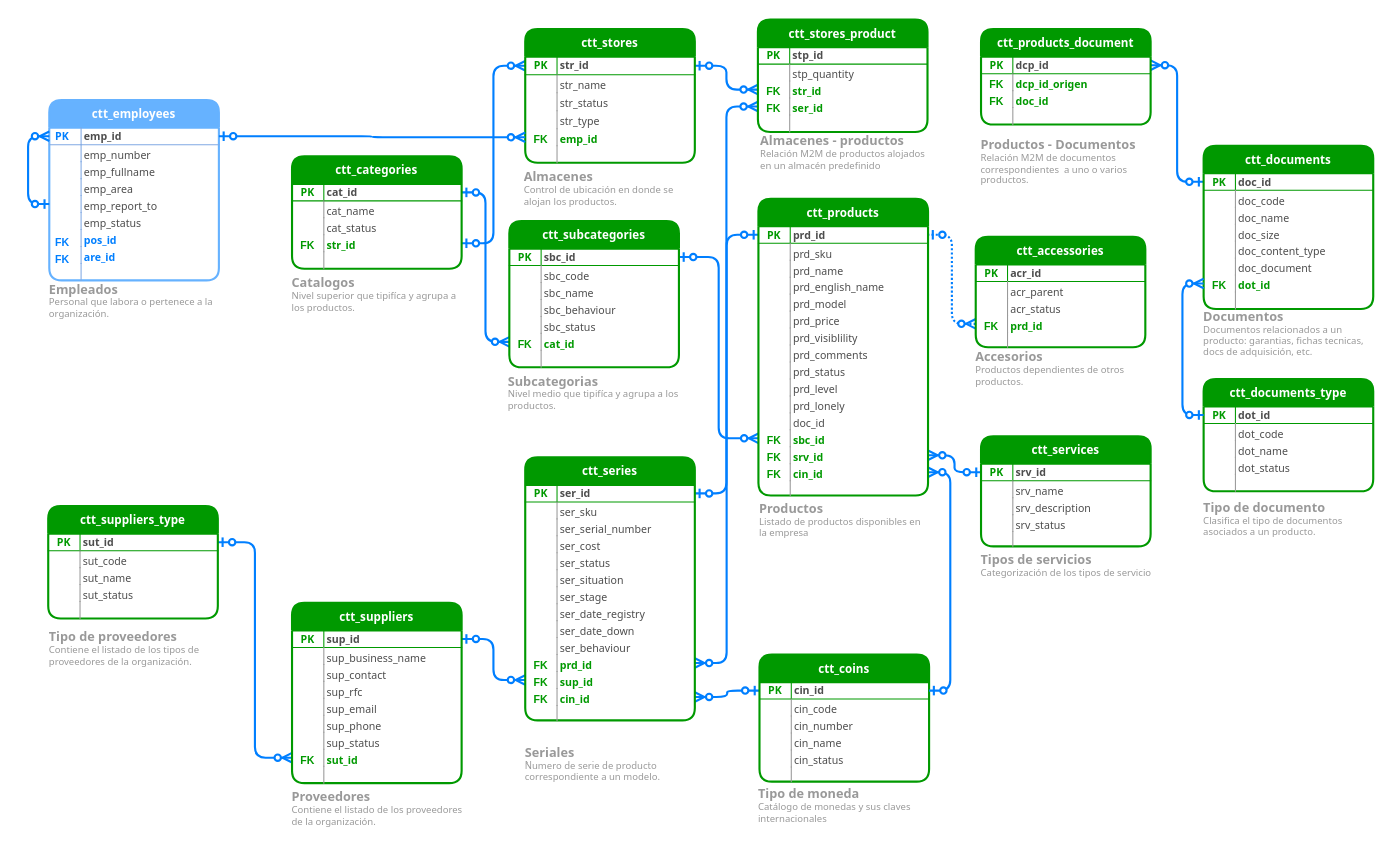
Earlier version of the draw.io diagram page "Productos" (2 of 6) of _desarrollo/archivos_info/CTTRentals entidad relacion.drawio (juarezjorr/TesteoCire). Source tidied: cells renumbered, new cells numbered last; positions are measured from the earlier drawing's top-left corner, leaving out a move shared by most shapes. Both pictures are drawn from the tidied source at 106%, with x=0, y=0 at pixel (48, 19).
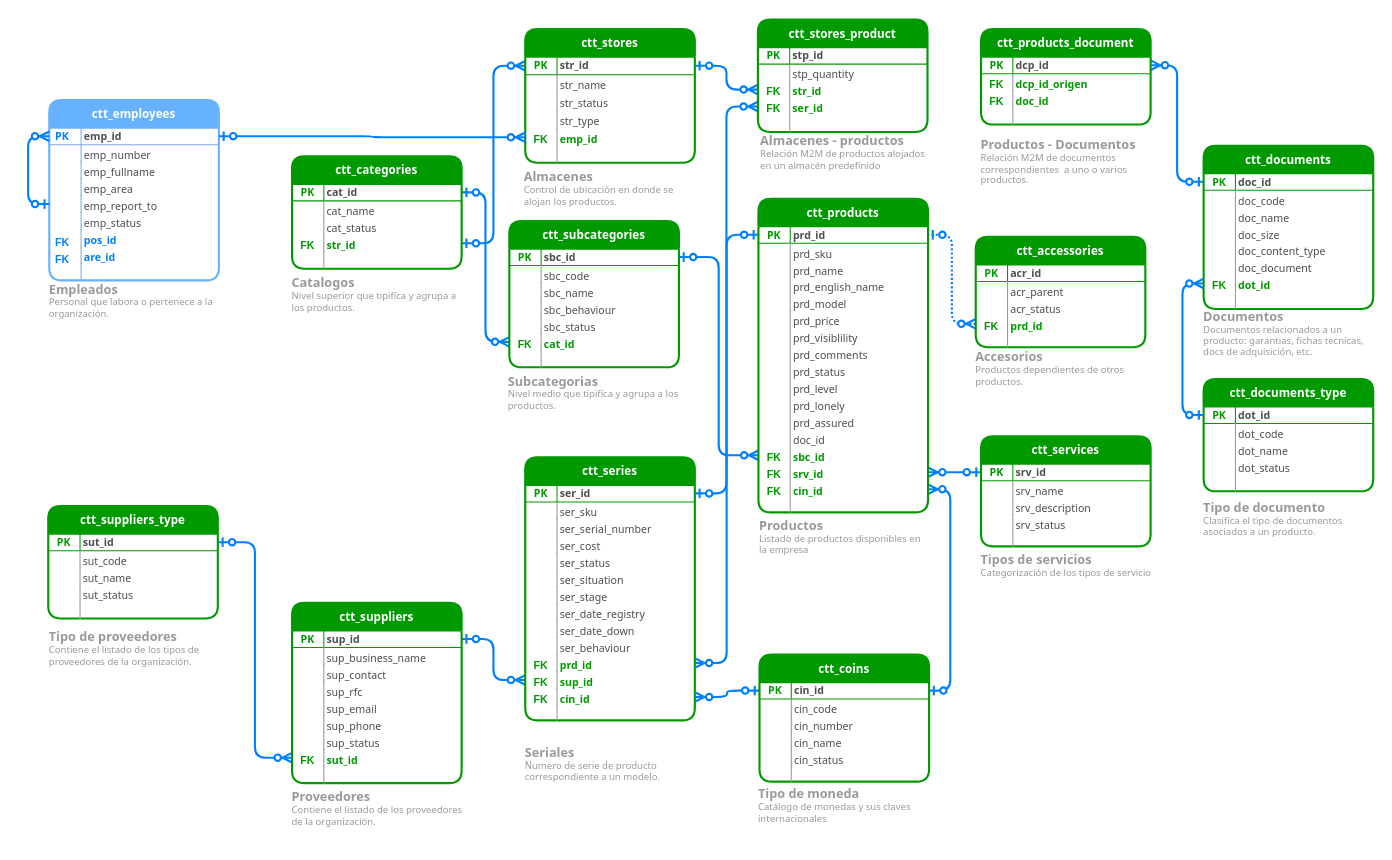
Above is the later version.

Diff of the diagram source:
```diff
@@
-    <mxCell id="243" style="group;" parent="1" vertex="1">
-      <mxGeometry x="670" y="169" width="160.5" height="324.3" as="geometry" />
-    </mxCell>
+    <mxCell id="278" style="group;" parent="1" vertex="1">
+      <mxGeometry x="670" y="169" width="160.5" height="340.3" as="geometry" />
+    </mxCell>
-    <mxCell id="244" value="&lt;h4&gt;&lt;font style=&quot;line-height: 0%&quot;&gt;&lt;span style=&quot;font-size: 12px&quot;&gt;Productos&lt;br&gt;&lt;/span&gt;&lt;/font&gt;&lt;span style=&quot;font-weight: 400&quot;&gt;Listado de productos disponibles en la empresa&lt;/span&gt;&lt;/h4&gt;" style="text;html=1;strokeColor=none;fillColor=none;spacing=0;spacingTop=-13;whiteSpace=wrap;overflow=hidden;rounded=0;fontFamily=Tahoma;fontSize=9;fontColor=#999999;fontStyle=0;" parent="243" vertex="1">
-      <mxGeometry x="0.5" y="285" width="160" height="39.3" as="geometry" />
+    <mxCell id="244" value="&lt;h4&gt;&lt;font style=&quot;line-height: 0%&quot;&gt;&lt;span style=&quot;font-size: 12px&quot;&gt;Productos&lt;br&gt;&lt;/span&gt;&lt;/font&gt;&lt;span style=&quot;font-weight: 400&quot;&gt;Listado de productos disponibles en la empresa&lt;/span&gt;&lt;/h4&gt;" style="text;html=1;strokeColor=none;fillColor=none;spacing=0;spacingTop=-13;whiteSpace=wrap;overflow=hidden;rounded=0;fontFamily=Tahoma;fontSize=9;fontColor=#999999;fontStyle=0;" parent="278" vertex="1">
+      <mxGeometry x="0.5" y="301" width="160" height="39.3" as="geometry" />
     </mxCell>
-    <mxCell id="245" value="ctt_products" style="swimlane;fontStyle=1;horizontal=1;startSize=26;swimlaneFillColor=#ffffff;align=center;fontSize=11;strokeWidth=2;rounded=1;fontColor=#FFFFFF;fontFamily=Tahoma;fillColor=#009900;strokeColor=#009900;" parent="243" vertex="1">
-      <mxGeometry width="160" height="279.9" as="geometry" />
+    <mxCell id="245" value="ctt_products" style="swimlane;fontStyle=1;horizontal=1;startSize=26;swimlaneFillColor=#ffffff;align=center;fontSize=11;strokeWidth=2;rounded=1;fontColor=#FFFFFF;fontFamily=Tahoma;fillColor=#009900;strokeColor=#009900;" parent="278" vertex="1">
+      <mxGeometry width="160" height="295.9" as="geometry" />
     </mxCell>
@@
+    <mxCell id="279" value="prd_assured" style="shape=partialRectangle;top=0;left=0;right=0;bottom=0;align=left;verticalAlign=top;fillColor=none;spacingLeft=33;spacingRight=0;overflow=hidden;fontSize=10;fontFamily=Tahoma;spacing=0;dashed=1;strokeColor=#80A9E3;fontColor=#4D4D4D;" parent="245" vertex="1">
+      <mxGeometry y="202" width="160" height="16" as="geometry" />
+    </mxCell>
+    <mxCell id="280" style="shape=partialRectangle;top=0;left=0;bottom=0;fillColor=none;align=left;verticalAlign=top;spacingLeft=4;spacingRight=4;overflow=hidden;fontSize=12;strokeColor=#999999;" parent="279" vertex="1">
+      <mxGeometry width="30" height="16" as="geometry" />
+    </mxCell>
     <mxCell id="268" value="doc_id" style="shape=partialRectangle;top=0;left=0;right=0;bottom=0;align=left;verticalAlign=top;fillColor=none;spacingLeft=33;spacingRight=0;overflow=hidden;fontSize=10;fontFamily=Tahoma;spacing=0;dashed=1;strokeColor=#80A9E3;fontColor=#4D4D4D;" parent="245" vertex="1">
-      <mxGeometry y="202" width="160" height="16" as="geometry" />
+      <mxGeometry y="218" width="160" height="16" as="geometry" />
     </mxCell>
@@
     <mxCell id="270" value="sbc_id" style="shape=partialRectangle;top=0;left=0;right=0;bottom=0;align=left;verticalAlign=top;fillColor=none;spacingLeft=33;spacingRight=0;overflow=hidden;points=[[0,0.5],[1,0.5]];portConstraint=eastwest;fontSize=10;fontFamily=Tahoma;spacing=0;fontStyle=1;fontColor=#009900;" parent="245" vertex="1">
-      <mxGeometry y="218" width="160" height="16" as="geometry" />
+      <mxGeometry y="234" width="160" height="16" as="geometry" />
     </mxCell>
@@
     <mxCell id="272" value="srv_id" style="shape=partialRectangle;top=0;left=0;right=0;bottom=0;align=left;verticalAlign=top;fillColor=none;spacingLeft=33;spacingRight=0;overflow=hidden;points=[[0,0.5],[1,0.5]];portConstraint=eastwest;fontSize=10;fontFamily=Tahoma;spacing=0;fontStyle=1;fontColor=#009900;" parent="245" vertex="1">
-      <mxGeometry y="234" width="160" height="16" as="geometry" />
+      <mxGeometry y="250" width="160" height="16" as="geometry" />
     </mxCell>
@@
     <mxCell id="274" value="cin_id" style="shape=partialRectangle;top=0;left=0;right=0;bottom=0;align=left;verticalAlign=top;fillColor=none;spacingLeft=33;spacingRight=0;overflow=hidden;points=[[0,0.5],[1,0.5]];portConstraint=eastwest;fontSize=10;fontFamily=Tahoma;spacing=0;fontStyle=1;fontColor=#009900;" parent="245" vertex="1">
-      <mxGeometry y="250" width="160" height="16" as="geometry" />
+      <mxGeometry y="266" width="160" height="16" as="geometry" />
     </mxCell>
@@
     <mxCell id="276" style="shape=partialRectangle;top=0;left=0;right=0;bottom=0;align=left;verticalAlign=top;fillColor=none;spacingLeft=33;spacingRight=3;overflow=hidden;fontSize=10;fontFamily=Tahoma;spacing=2;" parent="245" vertex="1">
-      <mxGeometry y="266" width="160" height="13.9" as="geometry" />
+      <mxGeometry y="282" width="160" height="13.9" as="geometry" />
     </mxCell>
```
